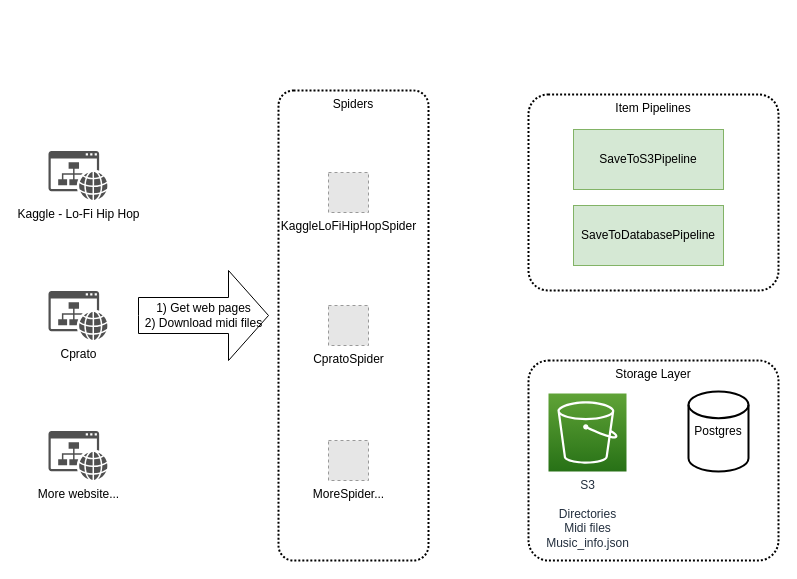
Earlier version of the draw.io diagram MusicMachine Design.drawio (yaohuiwu/SimpleFS). Source tidied: cells renumbered, new cells numbered last; positions are measured from the earlier drawing's top-left corner, leaving out a move shared by most shapes. Both pictures are drawn from the tidied source at 100%, with x=0, y=0 at pixel (48, 90). Pictures stored in the file or linked from it are replaced by grey dashed boxes.
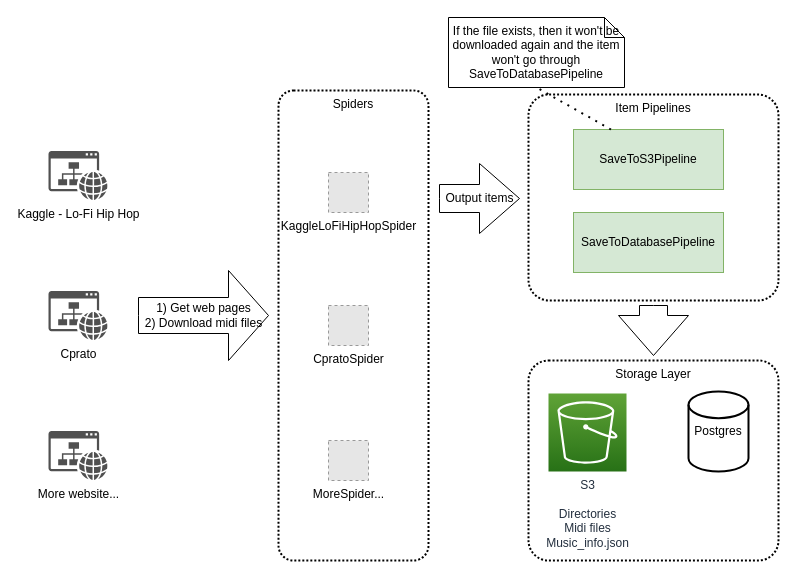
The same page after the edit.

What changed in the source:
```diff
@@
 <mxGraphModel>
   <root>
     <mxCell id="0" />
     <mxCell id="1" parent="0" />
     <mxCell id="2" value="Storage Layer" style="rounded=1;arcSize=10;dashed=1;fillColor=none;gradientColor=none;dashPattern=1 1;strokeWidth=2;verticalAlign=top;" parent="1" vertex="1">
       <mxGeometry x="480" y="270" width="250" height="200" as="geometry" />
     </mxCell>
     <mxCell id="3" value="S3&lt;br&gt;&lt;br&gt;Directories&lt;br&gt;Midi files&lt;br&gt;Music_info.json" style="sketch=0;fontColor=#232F3E;gradientColor=#60A337;gradientDirection=north;fillColor=#277116;strokeColor=#ffffff;dashed=0;verticalLabelPosition=bottom;verticalAlign=top;align=center;html=1;fontSize=12;fontStyle=0;shape=mxgraph.aws4.resourceIcon;resIcon=mxgraph.aws4.s3;" parent="1" vertex="1">
       <mxGeometry x="500" y="303" width="78" height="78" as="geometry" />
     </mxCell>
     <mxCell id="4" value="Postgres" style="strokeWidth=2;html=1;shape=mxgraph.flowchart.database;whiteSpace=wrap;" parent="1" vertex="1">
       <mxGeometry x="640" y="301" width="60" height="80" as="geometry" />
     </mxCell>
     <mxCell id="5" value="Spiders" style="rounded=1;arcSize=10;dashed=1;fillColor=none;gradientColor=none;dashPattern=1 1;strokeWidth=2;verticalAlign=top;" parent="1" vertex="1">
       <mxGeometry x="230" width="150" height="470" as="geometry" />
     </mxCell>
     <mxCell id="6" value="Kaggle - Lo-Fi Hip Hop" style="sketch=0;shadow=0;dashed=0;html=1;strokeColor=none;fillColor=#505050;labelPosition=center;verticalLabelPosition=bottom;verticalAlign=top;align=center;shape=mxgraph.office.concepts.website;" parent="1" vertex="1">
       <mxGeometry y="60.5" width="59" height="49" as="geometry" />
     </mxCell>
     <mxCell id="7" value="Cprato" style="sketch=0;shadow=0;dashed=0;html=1;strokeColor=none;fillColor=#505050;labelPosition=center;verticalLabelPosition=bottom;verticalAlign=top;align=center;shape=mxgraph.office.concepts.website;" parent="1" vertex="1">
       <mxGeometry y="200.5" width="59" height="49" as="geometry" />
     </mxCell>
     <mxCell id="8" value="More website..." style="sketch=0;shadow=0;dashed=0;html=1;strokeColor=none;fillColor=#505050;labelPosition=center;verticalLabelPosition=bottom;verticalAlign=top;align=center;shape=mxgraph.office.concepts.website;" parent="1" vertex="1">
       <mxGeometry y="340.5" width="59" height="49" as="geometry" />
     </mxCell>
     <mxCell id="9" value="KaggleLoFiHipHopSpider" style="fillColor=#E6E6E6;strokeColor=#999999;dashed=1;html=1;verticalAlign=top;verticalLabelPosition=bottom;labelBackgroundColor=#ffffff;" parent="1" vertex="1">
       <mxGeometry x="280" y="82" width="40" height="40" as="geometry" />
     </mxCell>
     <mxCell id="10" value="CpratoSpider" style="fillColor=#E6E6E6;strokeColor=#999999;dashed=1;html=1;verticalAlign=top;verticalLabelPosition=bottom;labelBackgroundColor=#ffffff;" parent="1" vertex="1">
       <mxGeometry x="280" y="215" width="40" height="40" as="geometry" />
     </mxCell>
     <mxCell id="11" value="MoreSpider..." style="fillColor=#E6E6E6;strokeColor=#999999;dashed=1;html=1;verticalAlign=top;verticalLabelPosition=bottom;labelBackgroundColor=#ffffff;" parent="1" vertex="1">
       <mxGeometry x="280" y="350" width="40" height="40" as="geometry" />
     </mxCell>
     <mxCell id="12" value="Item Pipelines" style="rounded=1;arcSize=10;dashed=1;fillColor=none;gradientColor=none;dashPattern=1 1;strokeWidth=2;verticalAlign=top;" parent="1" vertex="1">
-      <mxGeometry x="480" y="4" width="250" height="196" as="geometry" />
+      <mxGeometry x="480" y="4" width="250" height="206" as="geometry" />
     </mxCell>
     <mxCell id="13" value="1) Get web pages&lt;br&gt;2) Download midi files" style="html=1;shadow=0;dashed=0;align=center;verticalAlign=middle;shape=mxgraph.arrows2.arrow;dy=0.6;dx=40;notch=0;" parent="1" vertex="1">
       <mxGeometry x="90" y="180" width="130" height="90" as="geometry" />
     </mxCell>
     <mxCell id="14" value="SaveToDatabasePipeline" style="rounded=0;whiteSpace=wrap;html=1;fillColor=#d5e8d4;strokeColor=#82b366;" parent="1" vertex="1">
-      <mxGeometry x="525" y="115" width="150" height="60" as="geometry" />
+      <mxGeometry x="525" y="122" width="150" height="60" as="geometry" />
     </mxCell>
     <mxCell id="15" value="SaveToS3Pipeline" style="rounded=0;whiteSpace=wrap;html=1;fillColor=#d5e8d4;strokeColor=#82b366;" parent="1" vertex="1">
       <mxGeometry x="525" y="39" width="150" height="60" as="geometry" />
     </mxCell>
+    <mxCell id="16" value="If the file exists, then it won't be downloaded again and the item won't go through SaveToDatabasePipeline" style="shape=note;size=20;whiteSpace=wrap;html=1;" parent="1" vertex="1">
+      <mxGeometry x="400" y="-73" width="176" height="70" as="geometry" />
+    </mxCell>
+    <mxCell id="17" style="endArrow=none;dashed=1;html=1;dashPattern=1 3;strokeWidth=2;rounded=0;entryX=0.5;entryY=1;entryDx=0;entryDy=0;entryPerimeter=0;exitX=0.25;exitY=0;exitDx=0;exitDy=0;" parent="1" edge="1" source="15" target="16">
+      <mxGeometry relative="1" as="geometry" />
+    </mxCell>
+    <mxCell id="18" style="html=1;shadow=0;dashed=0;align=center;verticalAlign=middle;shape=mxgraph.arrows2.arrow;dy=0.6;dx=40;direction=south;notch=0;" parent="1" vertex="1">
+      <mxGeometry x="570" y="215" width="70" height="50" as="geometry" />
+    </mxCell>
+    <mxCell id="19" value="Output items" style="html=1;shadow=0;dashed=0;align=center;verticalAlign=middle;shape=mxgraph.arrows2.arrow;dy=0.6;dx=40;notch=0;" parent="1" vertex="1">
+      <mxGeometry x="391" y="73" width="80" height="70" as="geometry" />
+    </mxCell>
   </root>
 </mxGraphModel>
```
